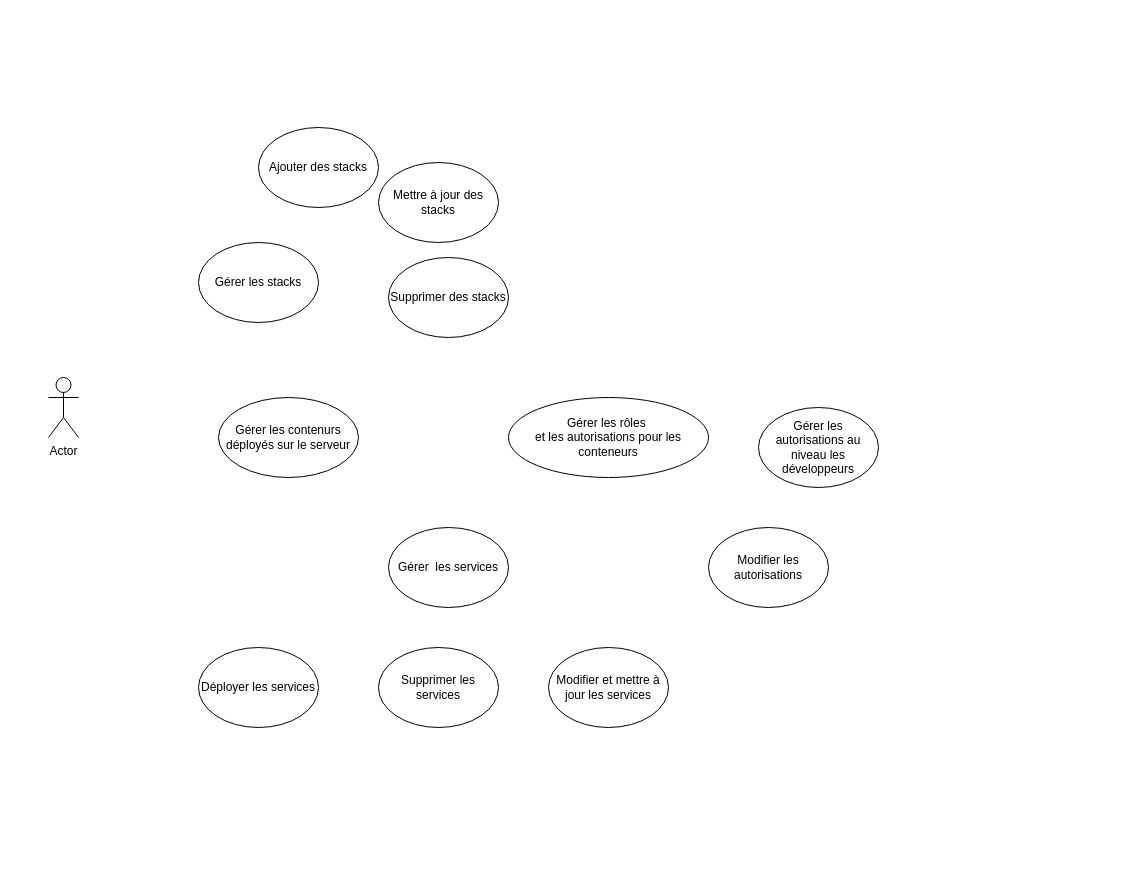
This is page "Page-10" (12 of 13) of Diagramme sans nom.drawio from EmiraDga/CanvasAnimation, a draw.io file, before an edit. Source tidied: cells renumbered, new cells numbered last; positions are measured from the earlier drawing's top-left corner, leaving out a move shared by most shapes. Both pictures are drawn from the tidied source at 100%, with x=0, y=0 at pixel (48, 127).
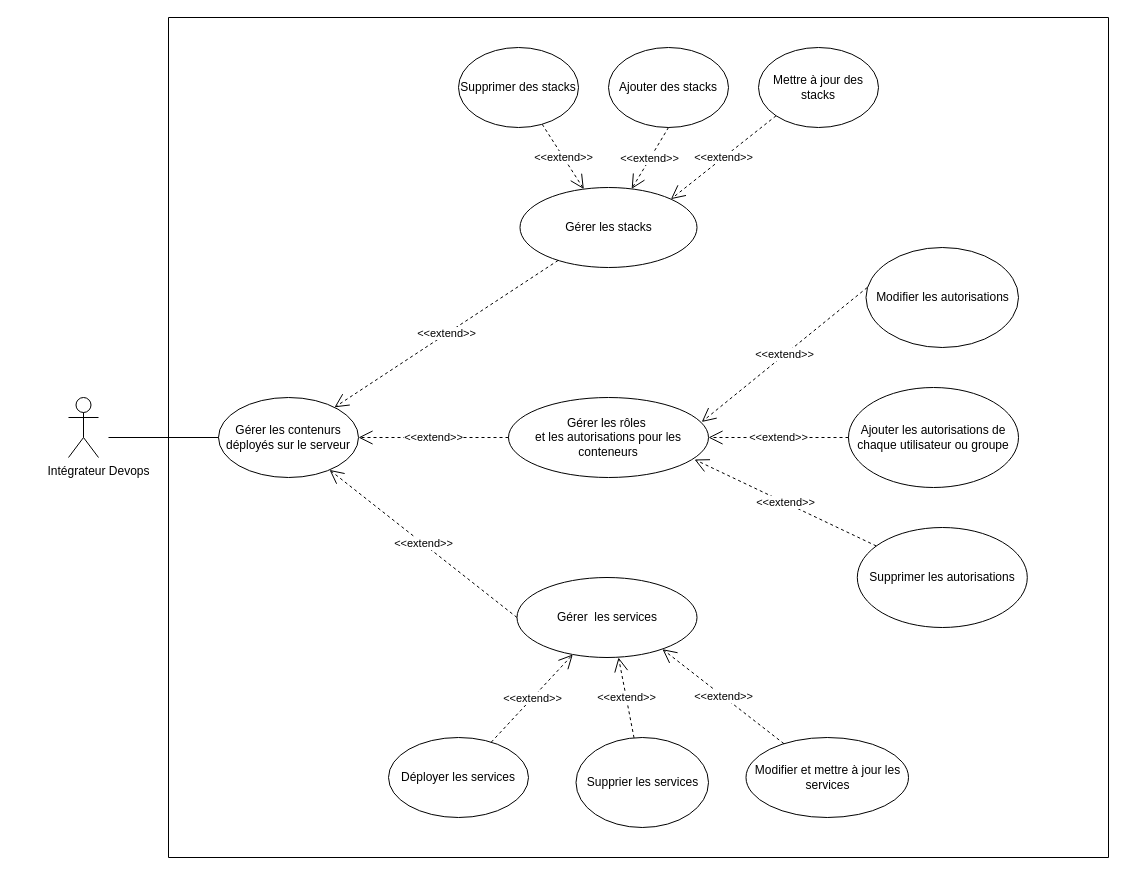
Above is the later version.

Commit message:
Mettre à jour Diagramme sans nom.drawio

The change refers to these unchanged cells:
```xml
<mxCell id="5" value="Gérer les contenurs déployés sur le serveur" style="ellipse;whiteSpace=wrap;html=1;" parent="1" vertex="1">
  <mxGeometry x="170" y="270" width="140" height="80" as="geometry" />
</mxCell>
<mxCell id="12" value="&lt;div&gt;Gérer les rôles&amp;nbsp;&lt;/div&gt;&lt;div&gt;et les autorisations pour les conteneurs&lt;/div&gt;" style="ellipse;whiteSpace=wrap;html=1;" parent="1" vertex="1">
  <mxGeometry x="460" y="270" width="200" height="80" as="geometry" />
</mxCell>
```

Diff of the diagram source:
```diff
@@
     <mxCell id="2" value="Ajouter des stacks" style="ellipse;whiteSpace=wrap;html=1;" parent="1" vertex="1">
-      <mxGeometry x="210" width="120" height="80" as="geometry" />
+      <mxGeometry x="560" y="-80" width="120" height="80" as="geometry" />
     </mxCell>
     <mxCell id="3" value="Gérer les stacks" style="ellipse;whiteSpace=wrap;html=1;" parent="1" vertex="1">
-      <mxGeometry x="150" y="115" width="120" height="80" as="geometry" />
+      <mxGeometry x="471.5" y="60" width="177" height="80" as="geometry" />
     </mxCell>
     <mxCell id="4" value="Déployer les services " style="ellipse;whiteSpace=wrap;html=1;" parent="1" vertex="1">
-      <mxGeometry x="150" y="520" width="120" height="80" as="geometry" />
+      <mxGeometry x="340" y="610" width="140" height="80" as="geometry" />
     </mxCell>
@@
     <mxCell id="6" value="Mettre à jour des stacks" style="ellipse;whiteSpace=wrap;html=1;" parent="1" vertex="1">
-      <mxGeometry x="330" y="35" width="120" height="80" as="geometry" />
+      <mxGeometry x="710" y="-80" width="120" height="80" as="geometry" />
     </mxCell>
     <mxCell id="7" value="Supprimer des stacks" style="ellipse;whiteSpace=wrap;html=1;" parent="1" vertex="1">
-      <mxGeometry x="340" y="130" width="120" height="80" as="geometry" />
+      <mxGeometry x="410" y="-80" width="120" height="80" as="geometry" />
     </mxCell>
     <mxCell id="8" value="Gérer&amp;nbsp; les services" style="ellipse;whiteSpace=wrap;html=1;" parent="1" vertex="1">
-      <mxGeometry x="340" y="400" width="120" height="80" as="geometry" />
+      <mxGeometry x="468.5" y="450" width="180" height="80" as="geometry" />
     </mxCell>
-    <mxCell id="9" value="Actor" style="shape=umlActor;verticalLabelPosition=bottom;verticalAlign=top;html=1;" parent="1" vertex="1">
-      <mxGeometry y="250" width="30" height="60" as="geometry" />
+    <mxCell id="9" value="&amp;nbsp;&amp;nbsp;&amp;nbsp;&amp;nbsp;&amp;nbsp;&amp;nbsp;&amp;nbsp;&amp;nbsp; Intégrateur Devops" style="shape=umlActor;verticalLabelPosition=bottom;verticalAlign=top;html=1;" parent="1" vertex="1">
+      <mxGeometry x="20" y="270" width="30" height="60" as="geometry" />
     </mxCell>
-    <mxCell id="10" value="Supprimer les services " style="ellipse;whiteSpace=wrap;html=1;" parent="1" vertex="1">
-      <mxGeometry x="330" y="520" width="120" height="80" as="geometry" />
+    <mxCell id="10" value="Supprier les services " style="ellipse;whiteSpace=wrap;html=1;" parent="1" vertex="1">
+      <mxGeometry x="527.5" y="610" width="132.5" height="90" as="geometry" />
     </mxCell>
     <mxCell id="11" value="Modifier et mettre à jour les services" style="ellipse;whiteSpace=wrap;html=1;" parent="1" vertex="1">
-      <mxGeometry x="500" y="520" width="120" height="80" as="geometry" />
+      <mxGeometry x="697.5" y="610" width="162.5" height="80" as="geometry" />
     </mxCell>
@@
     <mxCell id="13" value="&lt;br&gt;Modifier les autorisations &lt;div&gt;&lt;br/&gt;&lt;/div&gt;" style="ellipse;whiteSpace=wrap;html=1;" parent="1" vertex="1">
-      <mxGeometry x="660" y="400" width="120" height="80" as="geometry" />
+      <mxGeometry x="817.5" y="120" width="152.5" height="100" as="geometry" />
     </mxCell>
-    <mxCell id="14" value="Gérer les autorisations au niveau les développeurs" style="ellipse;whiteSpace=wrap;html=1;" parent="1" vertex="1">
-      <mxGeometry x="710" y="280" width="120" height="80" as="geometry" />
-    </mxCell>
+    <mxCell id="15" value="Ajouter les autorisations de chaque utilisateur ou groupe" style="ellipse;whiteSpace=wrap;html=1;" parent="1" vertex="1">
+      <mxGeometry x="800" y="260" width="170" height="100" as="geometry" />
+    </mxCell>
+    <mxCell id="16" value="Supprimer les autorisations " style="ellipse;whiteSpace=wrap;html=1;" parent="1" vertex="1">
+      <mxGeometry x="808.8" y="400" width="170" height="100" as="geometry" />
+    </mxCell>
+    <mxCell id="17" value="&amp;lt;&amp;lt;extend&amp;gt;&amp;gt;" style="endArrow=open;endSize=12;dashed=1;html=1;rounded=0;exitX=0;exitY=0.5;exitDx=0;exitDy=0;entryX=1;entryY=0.5;entryDx=0;entryDy=0;" parent="1" edge="1" source="12" target="5">
+      <mxGeometry relative="1" as="geometry" />
+    </mxCell>
+    <mxCell id="18" value="&amp;lt;&amp;lt;extend&amp;gt;&amp;gt;" style="endArrow=open;endSize=12;dashed=1;html=1;rounded=0;" parent="1" edge="1" source="15" target="12">
+      <mxGeometry relative="1" as="geometry" />
+    </mxCell>
+    <mxCell id="19" value="&amp;lt;&amp;lt;extend&amp;gt;&amp;gt;" style="endArrow=open;endSize=12;dashed=1;html=1;rounded=0;entryX=0.93;entryY=0.775;entryDx=0;entryDy=0;entryPerimeter=0;" parent="1" edge="1" source="16" target="12">
+      <mxGeometry relative="1" as="geometry" />
+    </mxCell>
+    <mxCell id="20" value="&amp;lt;&amp;lt;extend&amp;gt;&amp;gt;" style="endArrow=open;endSize=12;dashed=1;html=1;rounded=0;exitX=0.008;exitY=0.4;exitDx=0;exitDy=0;exitPerimeter=0;entryX=0.966;entryY=0.306;entryDx=0;entryDy=0;entryPerimeter=0;" parent="1" edge="1" source="13" target="12">
+      <mxGeometry relative="1" as="geometry" />
+    </mxCell>
+    <mxCell id="21" value="&amp;lt;&amp;lt;extend&amp;gt;&amp;gt;" style="endArrow=open;endSize=12;dashed=1;html=1;rounded=0;" parent="1" edge="1" source="3" target="5">
+      <mxGeometry relative="1" as="geometry" />
+    </mxCell>
+    <mxCell id="22" value="&amp;lt;&amp;lt;extend&amp;gt;&amp;gt;" style="endArrow=open;endSize=12;dashed=1;html=1;rounded=0;exitX=0;exitY=0.5;exitDx=0;exitDy=0;" parent="1" edge="1" source="8" target="5">
+      <mxGeometry relative="1" as="geometry" />
+    </mxCell>
+    <mxCell id="23" value="&amp;lt;&amp;lt;extend&amp;gt;&amp;gt;" style="endArrow=open;endSize=12;dashed=1;html=1;rounded=0;" parent="1" edge="1" source="7" target="3">
+      <mxGeometry relative="1" as="geometry" />
+    </mxCell>
+    <mxCell id="24" value="&amp;lt;&amp;lt;extend&amp;gt;&amp;gt;" style="endArrow=open;endSize=12;dashed=1;html=1;rounded=0;exitX=0.5;exitY=1;exitDx=0;exitDy=0;" parent="1" edge="1" source="2" target="3">
+      <mxGeometry relative="1" as="geometry" />
+    </mxCell>
+    <mxCell id="25" value="&amp;lt;&amp;lt;extend&amp;gt;&amp;gt;" style="endArrow=open;endSize=12;dashed=1;html=1;rounded=0;entryX=1;entryY=0;entryDx=0;entryDy=0;exitX=0;exitY=1;exitDx=0;exitDy=0;" parent="1" edge="1" source="6" target="3">
+      <mxGeometry relative="1" as="geometry" />
+    </mxCell>
+    <mxCell id="26" value="&amp;lt;&amp;lt;extend&amp;gt;&amp;gt;" style="endArrow=open;endSize=12;dashed=1;html=1;rounded=0;" parent="1" edge="1" source="4" target="8">
+      <mxGeometry relative="1" as="geometry" />
+    </mxCell>
+    <mxCell id="27" value="&amp;lt;&amp;lt;extend&amp;gt;&amp;gt;" style="endArrow=open;endSize=12;dashed=1;html=1;rounded=0;entryX=0.564;entryY=1;entryDx=0;entryDy=0;entryPerimeter=0;" parent="1" edge="1" source="10" target="8">
+      <mxGeometry relative="1" as="geometry" />
+    </mxCell>
+    <mxCell id="28" value="&amp;lt;&amp;lt;extend&amp;gt;&amp;gt;" style="endArrow=open;endSize=12;dashed=1;html=1;rounded=0;entryX=0.808;entryY=0.896;entryDx=0;entryDy=0;entryPerimeter=0;" parent="1" edge="1" source="11" target="8">
+      <mxGeometry relative="1" as="geometry" />
+    </mxCell>
+    <mxCell id="29" style="endArrow=none;html=1;rounded=0;entryX=0;entryY=0.5;entryDx=0;entryDy=0;" parent="1" edge="1" target="5">
+      <mxGeometry relative="1" as="geometry">
+        <mxPoint x="60" y="310" as="sourcePoint" />
+      </mxGeometry>
+    </mxCell>
+    <mxCell id="30" style="swimlane;startSize=0;" parent="1" vertex="1">
+      <mxGeometry x="120" y="-110" width="940" height="840" as="geometry" />
+    </mxCell>
```
